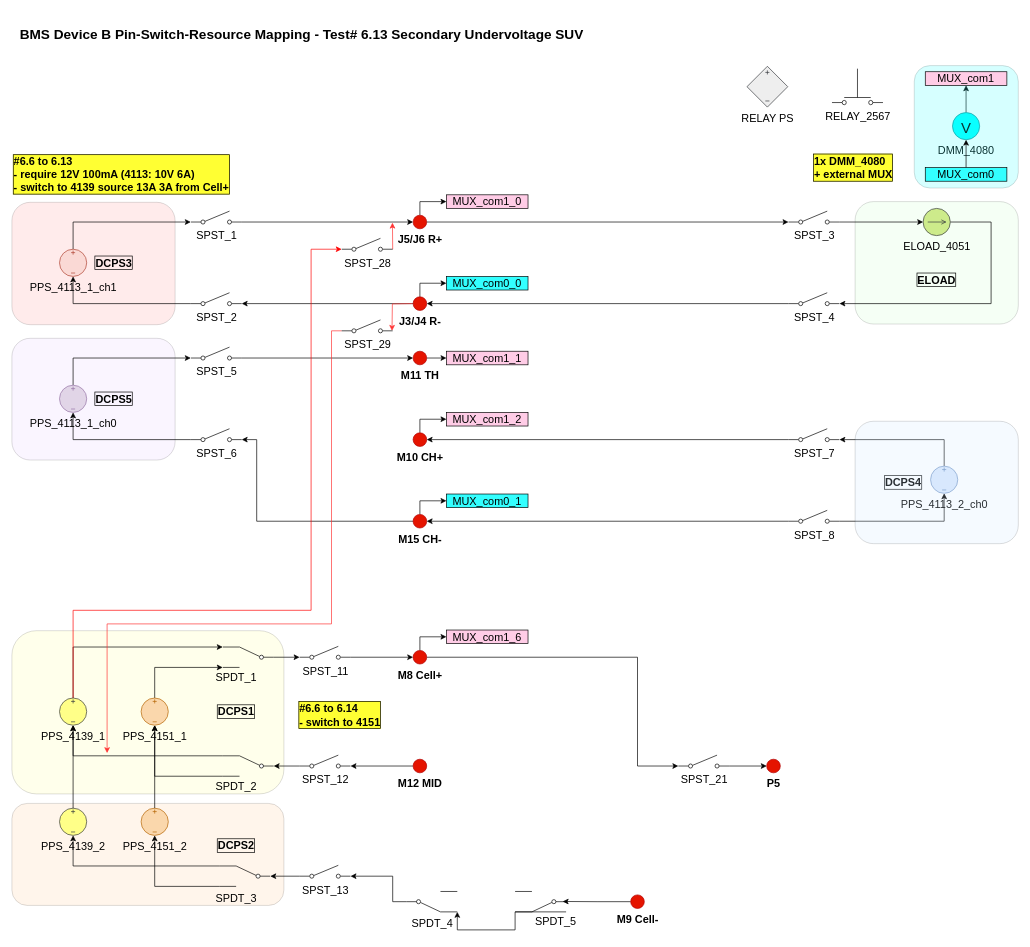
Earlier version of the draw.io diagram BMS_device_B_6p13.drawio (ktlim-xy/draw-io). Source tidied: cells renumbered, new cells numbered last; positions are measured from the earlier drawing's top-left corner, leaving out a move shared by most shapes. Both pictures are drawn from the tidied source at 68%, with x=0, y=0 at pixel (12, 12).
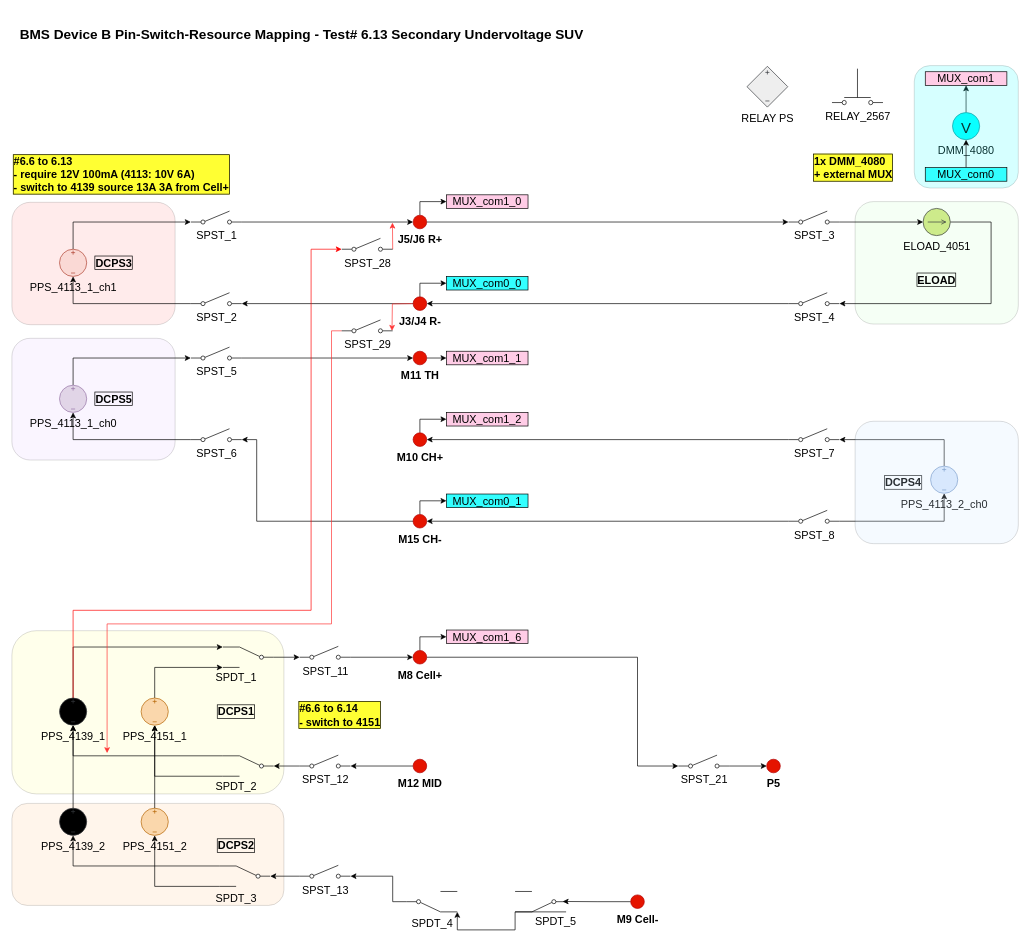
The same page after the edit.

The edit, as a diff of the source:
```diff
@@
-    <mxCell id="62" value="PPS_4139_1" style="verticalLabelPosition=bottom;shadow=0;dashed=0;align=center;html=1;verticalAlign=top;shape=mxgraph.electrical.signal_sources.source;points=[[0.5,0,0],[1,0.5,0],[0.5,1,0],[0,0.5,0]];elSignalType=dc3;rotation=0;fillColor=#ffff88;strokeColor=#36393d;fontSize=16;" parent="1" vertex="1">
+    <mxCell id="62" value="PPS_4139_1" style="verticalLabelPosition=bottom;shadow=0;dashed=0;align=center;html=1;verticalAlign=top;shape=mxgraph.electrical.signal_sources.source;points=[[0.5,0,0],[1,0.5,0],[0.5,1,0],[0,0.5,0]];elSignalType=dc3;rotation=0;fillColor=#000000;strokeColor=#36393d;fontSize=16;" parent="1" vertex="1">
       <mxGeometry x="70" y="1009" width="40" height="40" as="geometry" />
     </mxCell>
@@
-    <mxCell id="66" value="PPS_4139_2" style="verticalLabelPosition=bottom;shadow=0;dashed=0;align=center;html=1;verticalAlign=top;shape=mxgraph.electrical.signal_sources.source;points=[[0.5,0,0],[1,0.5,0],[0.5,1,0],[0,0.5,0]];elSignalType=dc3;rotation=0;fillColor=#ffff88;strokeColor=#36393d;fontSize=16;" parent="1" vertex="1">
+    <mxCell id="66" value="PPS_4139_2" style="verticalLabelPosition=bottom;shadow=0;dashed=0;align=center;html=1;verticalAlign=top;shape=mxgraph.electrical.signal_sources.source;points=[[0.5,0,0],[1,0.5,0],[0.5,1,0],[0,0.5,0]];elSignalType=dc3;rotation=0;fillColor=#000000;strokeColor=#36393d;fontSize=16;" parent="1" vertex="1">
       <mxGeometry x="70" y="1171" width="40" height="40" as="geometry" />
     </mxCell>
```
